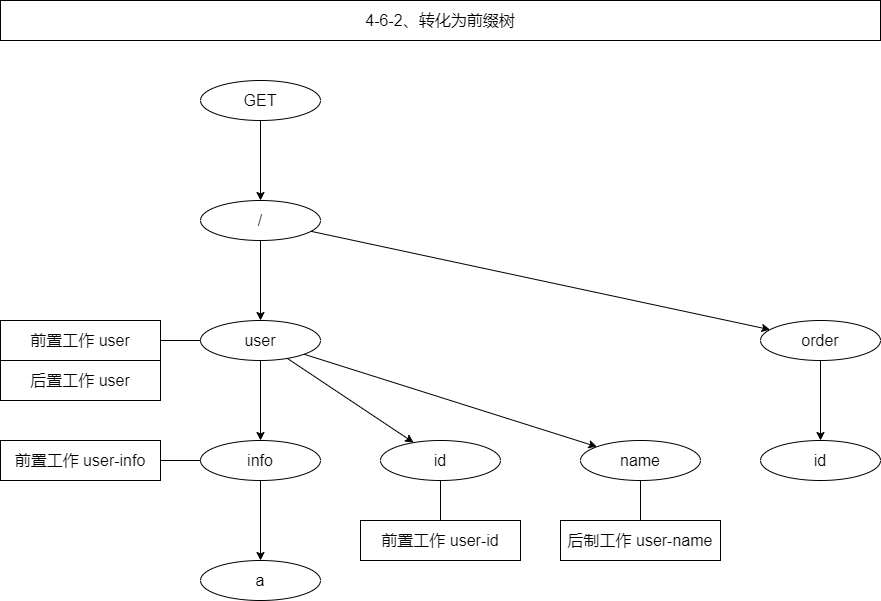
The draw.io diagram static/image/computer-science/programming-language/framework/web/web.4-6-2.drawio.png in KelipuTe/note, before a commit. Source tidied: cells renumbered, new cells last; positions are measured from the earlier drawing's top-left corner, leaving out a move shared by most shapes. The source it was exported from:
```xml
<mxGraphModel>
  <root>
    <mxCell id="0" />
    <mxCell id="1" parent="0" />
    <mxCell id="2" value="user" style="ellipse;whiteSpace=wrap;html=1;fontSize=16;fillColor=none;" parent="1" vertex="1">
      <mxGeometry x="200" y="320" width="120" height="40" as="geometry" />
    </mxCell>
    <mxCell id="3" value="GET" style="ellipse;whiteSpace=wrap;html=1;fontSize=16;fillColor=none;" parent="1" vertex="1">
      <mxGeometry x="200" y="80" width="120" height="40" as="geometry" />
    </mxCell>
    <mxCell id="4" value="info" style="ellipse;whiteSpace=wrap;html=1;fontSize=16;fillColor=none;" parent="1" vertex="1">
      <mxGeometry x="200" y="440" width="120" height="40" as="geometry" />
    </mxCell>
    <mxCell id="5" value="id" style="ellipse;whiteSpace=wrap;html=1;fontSize=16;fillColor=none;" parent="1" vertex="1">
      <mxGeometry x="380" y="440" width="120" height="40" as="geometry" />
    </mxCell>
    <mxCell id="6" value="name" style="ellipse;whiteSpace=wrap;html=1;fontSize=16;fillColor=none;" parent="1" vertex="1">
      <mxGeometry x="580" y="440" width="120" height="40" as="geometry" />
    </mxCell>
    <mxCell id="7" value="a" style="ellipse;whiteSpace=wrap;html=1;fontSize=16;fillColor=none;" parent="1" vertex="1">
      <mxGeometry x="200" y="560" width="120" height="40" as="geometry" />
    </mxCell>
    <mxCell id="8" value="order" style="ellipse;whiteSpace=wrap;html=1;fontSize=16;fillColor=none;" parent="1" vertex="1">
      <mxGeometry x="760" y="320" width="120" height="40" as="geometry" />
    </mxCell>
    <mxCell id="9" style="endArrow=classic;html=1;rounded=0;fontSize=16;" parent="1" edge="1" source="3" target="24">
      <mxGeometry relative="1" as="geometry" />
    </mxCell>
    <mxCell id="10" value="前置工作 user" style="rounded=0;whiteSpace=wrap;html=1;fontSize=16;fillColor=none;" parent="1" vertex="1">
      <mxGeometry y="320" width="160" height="40" as="geometry" />
    </mxCell>
    <mxCell id="11" value="前置工作 user-info" style="rounded=0;whiteSpace=wrap;html=1;fontSize=16;fillColor=none;" parent="1" vertex="1">
      <mxGeometry y="440" width="160" height="40" as="geometry" />
    </mxCell>
    <mxCell id="12" value="前置工作 user-id" style="rounded=0;whiteSpace=wrap;html=1;fontSize=16;fillColor=none;" parent="1" vertex="1">
      <mxGeometry x="360" y="520" width="160" height="40" as="geometry" />
    </mxCell>
    <mxCell id="13" value="后制工作 user-name" style="rounded=0;whiteSpace=wrap;html=1;fontSize=16;fillColor=none;" parent="1" vertex="1">
      <mxGeometry x="560" y="520" width="160" height="40" as="geometry" />
    </mxCell>
    <mxCell id="14" style="endArrow=classic;html=1;rounded=0;fontSize=16;" parent="1" edge="1" source="2" target="4">
      <mxGeometry relative="1" as="geometry" />
    </mxCell>
    <mxCell id="15" style="endArrow=classic;html=1;rounded=0;fontSize=16;" parent="1" edge="1" source="2" target="5">
      <mxGeometry relative="1" as="geometry" />
    </mxCell>
    <mxCell id="16" style="endArrow=classic;html=1;rounded=0;fontSize=16;" parent="1" edge="1" source="2" target="6">
      <mxGeometry relative="1" as="geometry" />
    </mxCell>
    <mxCell id="17" style="endArrow=classic;html=1;rounded=0;fontSize=16;" parent="1" edge="1" source="4" target="7">
      <mxGeometry relative="1" as="geometry" />
    </mxCell>
    <mxCell id="18" style="endArrow=classic;html=1;rounded=0;fontSize=16;" parent="1" edge="1" source="24" target="8">
      <mxGeometry relative="1" as="geometry" />
    </mxCell>
    <mxCell id="19" style="endArrow=none;html=1;rounded=0;fontSize=16;" parent="1" edge="1" source="10" target="2">
      <mxGeometry relative="1" as="geometry" />
    </mxCell>
    <mxCell id="20" style="endArrow=none;html=1;rounded=0;fontSize=16;" parent="1" edge="1" source="11" target="4">
      <mxGeometry relative="1" as="geometry" />
    </mxCell>
    <mxCell id="21" style="endArrow=none;html=1;rounded=0;fontSize=16;" parent="1" edge="1" source="12" target="5">
      <mxGeometry relative="1" as="geometry" />
    </mxCell>
    <mxCell id="22" style="endArrow=none;html=1;rounded=0;fontSize=16;" parent="1" edge="1" source="13" target="6">
      <mxGeometry relative="1" as="geometry" />
    </mxCell>
    <mxCell id="23" value="4-6-2、转化为前缀树" style="rounded=0;whiteSpace=wrap;html=1;fontSize=16;fillColor=none;" parent="1" vertex="1">
      <mxGeometry width="880" height="40" as="geometry" />
    </mxCell>
    <mxCell id="24" value="/" style="ellipse;whiteSpace=wrap;html=1;fontSize=16;fillColor=none;" parent="1" vertex="1">
      <mxGeometry x="200" y="200" width="120" height="40" as="geometry" />
    </mxCell>
    <mxCell id="25" style="endArrow=classic;html=1;rounded=0;fontSize=16;" parent="1" edge="1" source="24" target="2">
      <mxGeometry relative="1" as="geometry" />
    </mxCell>
    <mxCell id="26" value="id" style="ellipse;whiteSpace=wrap;html=1;fontSize=16;fillColor=none;" parent="1" vertex="1">
      <mxGeometry x="760" y="440" width="120" height="40" as="geometry" />
    </mxCell>
    <mxCell id="27" style="endArrow=classic;html=1;rounded=0;fontSize=16;" parent="1" edge="1" source="8" target="26">
      <mxGeometry relative="1" as="geometry" />
    </mxCell>
    <mxCell id="28" value="后置工作 user" style="rounded=0;whiteSpace=wrap;html=1;fontSize=16;fillColor=none;" parent="1" vertex="1">
      <mxGeometry y="360" width="160" height="40" as="geometry" />
    </mxCell>
  </root>
</mxGraphModel>
```
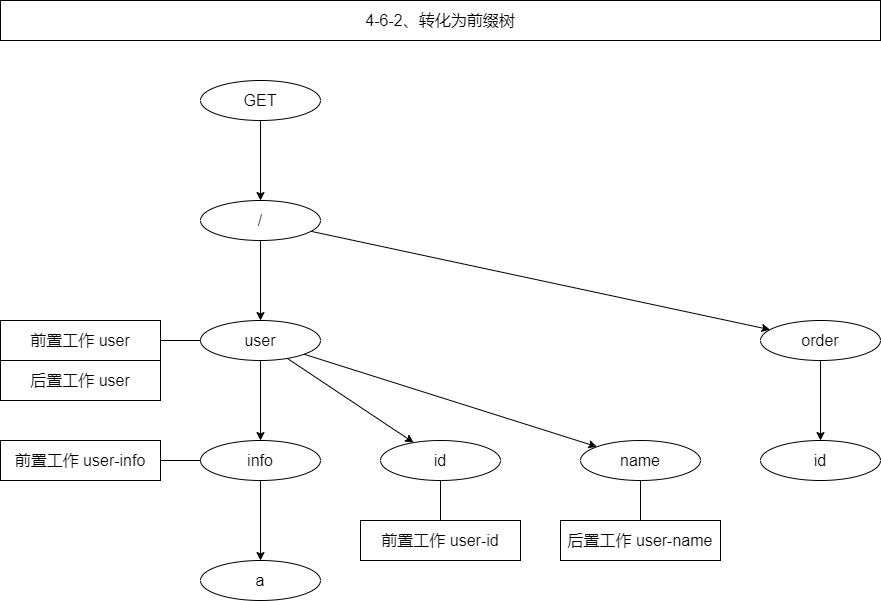
Later version of the same file.

The edit, as a diff of the source:
```diff
@@ -35,7 +35,7 @@
     <mxCell id="12" value="前置工作 user-id" style="rounded=0;whiteSpace=wrap;html=1;fontSize=16;fillColor=none;" parent="1" vertex="1">
       <mxGeometry x="360" y="520" width="160" height="40" as="geometry" />
     </mxCell>
-    <mxCell id="13" value="后制工作 user-name" style="rounded=0;whiteSpace=wrap;html=1;fontSize=16;fillColor=none;" parent="1" vertex="1">
+    <mxCell id="13" value="后置工作 user-name" style="rounded=0;whiteSpace=wrap;html=1;fontSize=16;fillColor=none;" parent="1" vertex="1">
       <mxGeometry x="560" y="520" width="160" height="40" as="geometry" />
     </mxCell>
     <mxCell id="14" style="endArrow=classic;html=1;rounded=0;fontSize=16;" parent="1" edge="1" source="2" target="4">
```
